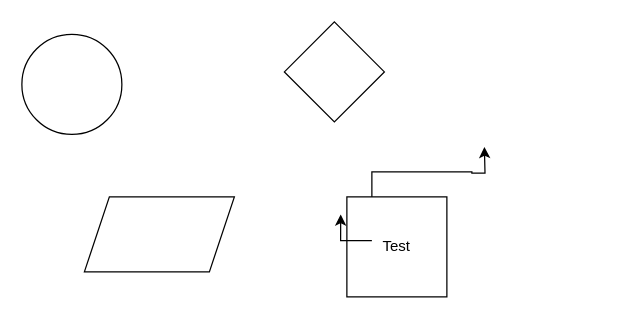
Earlier version of the draw.io diagram docs/Untitled Diagram.drawio (jonathan-r-thorpe/nmos-authorization-implementers-guide). Source tidied: cells renumbered, new cells numbered last; positions are measured from the earlier drawing's top-left corner, leaving out a move shared by most shapes. Both pictures are drawn from the tidied source at 125%, with x=0, y=0 at pixel (21, 21).
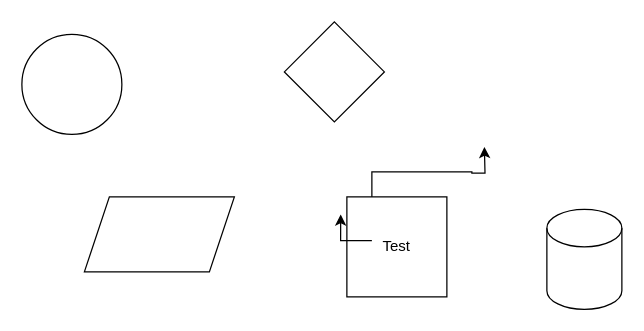
After the change.

The edit, as a diff of the source:
```diff
@@
 <mxGraphModel>
   <root>
     <mxCell id="0" />
     <mxCell id="1" parent="0" />
     <mxCell id="2" style="edgeStyle=orthogonalEdgeStyle;rounded=0;jettySize=auto;html=1;exitX=0.25;exitY=0;exitDx=0;exitDy=0;" parent="1" edge="1" source="3">
       <mxGeometry relative="1" as="geometry">
         <mxPoint x="370" y="100" as="targetPoint" />
       </mxGeometry>
     </mxCell>
     <mxCell id="3" style="whiteSpace=wrap;html=1;" parent="1" vertex="1">
       <mxGeometry x="260" y="140" width="80" height="80" as="geometry" />
     </mxCell>
     <mxCell id="4" style="ellipse;whiteSpace=wrap;html=1;" parent="1" vertex="1">
       <mxGeometry y="10" width="80" height="80" as="geometry" />
     </mxCell>
     <mxCell id="5" style="shape=parallelogram;perimeter=parallelogramPerimeter;whiteSpace=wrap;html=1;fixedSize=1;" parent="1" vertex="1">
       <mxGeometry x="50" y="140" width="120" height="60" as="geometry" />
     </mxCell>
     <mxCell id="6" style="rhombus;whiteSpace=wrap;html=1;" parent="1" vertex="1">
       <mxGeometry x="210" width="80" height="80" as="geometry" />
     </mxCell>
     <mxCell id="7" style="edgeStyle=orthogonalEdgeStyle;rounded=0;jettySize=auto;html=1;exitX=0;exitY=0.25;exitDx=0;exitDy=0;entryX=-0.062;entryY=0.175;entryDx=0;entryDy=0;entryPerimeter=0;" parent="1" edge="1" source="8" target="3">
       <mxGeometry relative="1" as="geometry" />
     </mxCell>
     <mxCell id="8" value="Test" style="text;html=1;strokeColor=none;fillColor=none;align=center;verticalAlign=middle;whiteSpace=wrap;rounded=0;" parent="1" vertex="1">
       <mxGeometry x="280" y="170" width="40" height="20" as="geometry" />
     </mxCell>
+    <mxCell id="9" style="shape=cylinder3;whiteSpace=wrap;html=1;boundedLbl=1;backgroundOutline=1;size=15;" parent="1" vertex="1">
+      <mxGeometry x="420" y="150" width="60" height="80" as="geometry" />
+    </mxCell>
   </root>
 </mxGraphModel>
```
